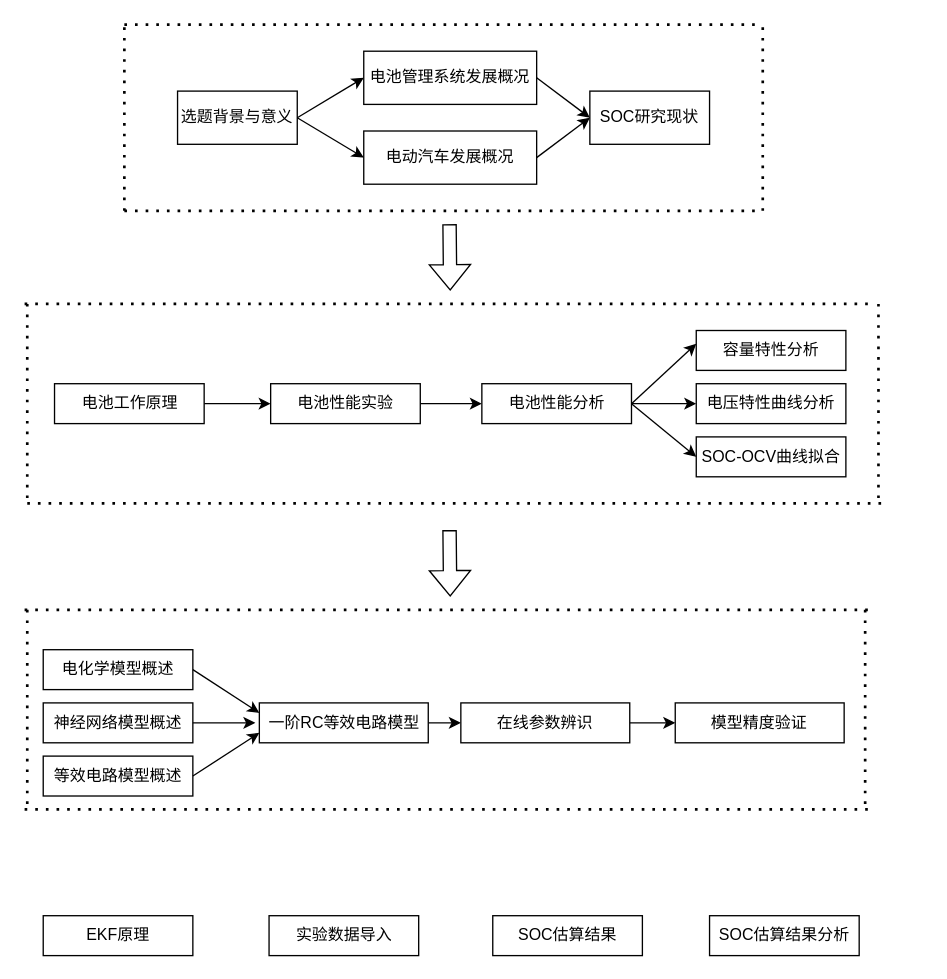
This is Untitled Diagram.drawio from limpuslee/lyricsgithub.io, a draw.io file, before an edit. Source tidied: cells renumbered, new cells numbered last; positions are measured from the earlier drawing's top-left corner, leaving out a move shared by most shapes. Both pictures are drawn from the tidied source at 133%, with x=0, y=0 at pixel (24, 24).
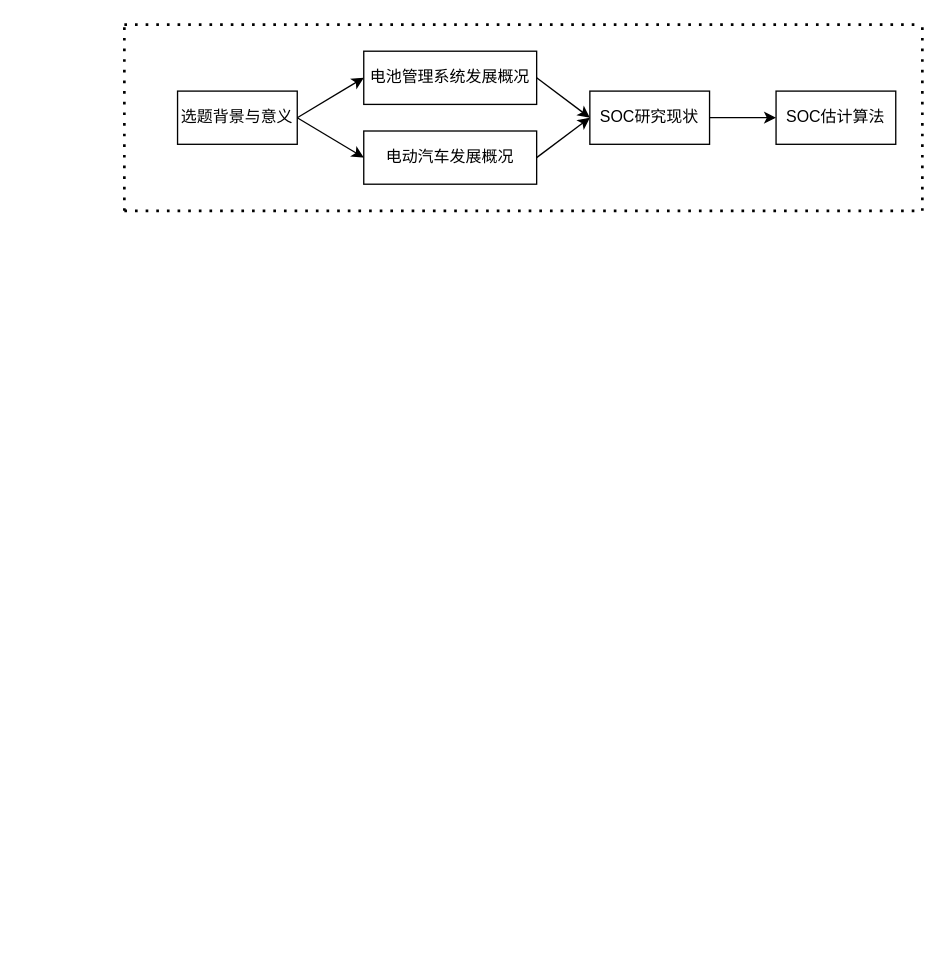
Above is the later version.

Unchanged cells that the change refers to:
```xml
<mxCell id="7" value="SOC研究现状" style="rounded=0;whiteSpace=wrap;html=1;" parent="1" vertex="1">
  <mxGeometry x="425" y="50" width="90" height="40" as="geometry" />
</mxCell>
```

What changed in the source:
```diff
@@
+    <mxCell id="50" style="edgeStyle=orthogonalEdgeStyle;rounded=0;jettySize=auto;html=1;" parent="1" edge="1" source="7" target="51">
+      <mxGeometry relative="1" as="geometry" />
+    </mxCell>
@@
     <mxCell id="10" style="endArrow=none;dashed=1;html=1;dashPattern=1 3;strokeWidth=2;rounded=0;" parent="1" edge="1">
       <mxGeometry relative="1" as="geometry">
         <mxPoint x="75" as="sourcePoint" />
-        <mxPoint x="555" as="targetPoint" />
+        <mxPoint x="675" as="targetPoint" />
       </mxGeometry>
     </mxCell>
     <mxCell id="11" style="endArrow=none;dashed=1;html=1;dashPattern=1 3;strokeWidth=2;rounded=0;" parent="1" edge="1">
       <mxGeometry relative="1" as="geometry">
-        <mxPoint x="555" y="140" as="sourcePoint" />
-        <mxPoint x="555" as="targetPoint" />
+        <mxPoint x="675" y="140" as="sourcePoint" />
+        <mxPoint x="675" as="targetPoint" />
       </mxGeometry>
     </mxCell>
@@
     <mxCell id="13" style="endArrow=none;dashed=1;html=1;dashPattern=1 3;strokeWidth=2;rounded=0;" parent="1" edge="1">
       <mxGeometry relative="1" as="geometry">
         <mxPoint x="75" y="140" as="sourcePoint" />
-        <mxPoint x="555" y="140" as="targetPoint" />
+        <mxPoint x="675" y="140" as="targetPoint" />
       </mxGeometry>
     </mxCell>
-    <mxCell id="14" style="shape=flexArrow;endArrow=classic;html=1;rounded=0;" parent="1" edge="1">
-      <mxGeometry relative="1" as="geometry">
-        <mxPoint x="319.5" y="150" as="sourcePoint" />
-        <mxPoint x="320" y="200" as="targetPoint" />
-      </mxGeometry>
-    </mxCell>
-    <mxCell id="15" style="edgeStyle=orthogonalEdgeStyle;rounded=0;jettySize=auto;html=1;" parent="1" edge="1" source="16" target="18">
-      <mxGeometry relative="1" as="geometry" />
-    </mxCell>
-    <mxCell id="16" value="电池工作原理" style="rounded=0;whiteSpace=wrap;html=1;rotation=0;" parent="1" vertex="1">
-      <mxGeometry x="22.5" y="270" width="112.5" height="30" as="geometry" />
-    </mxCell>
-    <mxCell id="17" style="edgeStyle=orthogonalEdgeStyle;rounded=0;jettySize=auto;html=1;" parent="1" edge="1" source="18" target="19">
-      <mxGeometry relative="1" as="geometry" />
-    </mxCell>
-    <mxCell id="18" value="电池性能实验" style="rounded=0;whiteSpace=wrap;html=1;rotation=0;" parent="1" vertex="1">
-      <mxGeometry x="185" y="270" width="112.5" height="30" as="geometry" />
-    </mxCell>
-    <mxCell id="19" value="电池性能分析" style="rounded=0;whiteSpace=wrap;html=1;rotation=0;" parent="1" vertex="1">
-      <mxGeometry x="343.8" y="270" width="112.5" height="30" as="geometry" />
-    </mxCell>
-    <mxCell id="20" value="容量特性分析" style="rounded=0;whiteSpace=wrap;html=1;rotation=0;" parent="1" vertex="1">
-      <mxGeometry x="505" y="230" width="112.5" height="30" as="geometry" />
-    </mxCell>
-    <mxCell id="21" value="电压特性曲线分析" style="rounded=0;whiteSpace=wrap;html=1;rotation=0;" parent="1" vertex="1">
-      <mxGeometry x="505" y="270" width="112.5" height="30" as="geometry" />
-    </mxCell>
-    <mxCell id="22" value="SOC-OCV曲线拟合" style="rounded=0;whiteSpace=wrap;html=1;rotation=0;" parent="1" vertex="1">
-      <mxGeometry x="505" y="310" width="112.5" height="30" as="geometry" />
-    </mxCell>
-    <mxCell id="23" style="endArrow=classic;html=1;rounded=0;exitX=1;exitY=0.5;exitDx=0;exitDy=0;" parent="1" edge="1" source="19">
-      <mxGeometry relative="1" as="geometry">
-        <mxPoint x="505" y="240" as="targetPoint" />
-      </mxGeometry>
-    </mxCell>
-    <mxCell id="24" style="endArrow=classic;html=1;rounded=0;exitX=1;exitY=0.5;exitDx=0;exitDy=0;entryX=0;entryY=0.5;entryDx=0;entryDy=0;" parent="1" edge="1" source="19" target="21">
-      <mxGeometry relative="1" as="geometry" />
-    </mxCell>
-    <mxCell id="25" style="endArrow=classic;html=1;rounded=0;exitX=1;exitY=0.5;exitDx=0;exitDy=0;entryX=0;entryY=0.5;entryDx=0;entryDy=0;" parent="1" edge="1" source="19" target="22">
-      <mxGeometry relative="1" as="geometry" />
-    </mxCell>
-    <mxCell id="26" style="endArrow=none;dashed=1;html=1;dashPattern=1 3;strokeWidth=2;rounded=0;" parent="1" edge="1">
-      <mxGeometry relative="1" as="geometry">
-        <mxPoint y="210" as="sourcePoint" />
-        <mxPoint x="640" y="210" as="targetPoint" />
-      </mxGeometry>
-    </mxCell>
-    <mxCell id="27" style="endArrow=none;dashed=1;html=1;dashPattern=1 3;strokeWidth=2;rounded=0;" parent="1" edge="1">
-      <mxGeometry relative="1" as="geometry">
-        <mxPoint x="2" y="360" as="sourcePoint" />
-        <mxPoint x="650" y="360" as="targetPoint" />
-      </mxGeometry>
-    </mxCell>
-    <mxCell id="28" style="endArrow=none;dashed=1;html=1;dashPattern=1 3;strokeWidth=2;rounded=0;" parent="1" edge="1">
-      <mxGeometry relative="1" as="geometry">
-        <mxPoint x="2" y="210" as="sourcePoint" />
-        <mxPoint x="2" y="360" as="targetPoint" />
-      </mxGeometry>
-    </mxCell>
-    <mxCell id="29" style="endArrow=none;dashed=1;html=1;dashPattern=1 3;strokeWidth=2;rounded=0;" parent="1" edge="1">
-      <mxGeometry relative="1" as="geometry">
-        <mxPoint x="642" y="210" as="sourcePoint" />
-        <mxPoint x="642" y="360" as="targetPoint" />
-      </mxGeometry>
-    </mxCell>
-    <mxCell id="30" value="电化学模型概述" style="rounded=0;whiteSpace=wrap;html=1;rotation=0;" parent="1" vertex="1">
-      <mxGeometry x="14" y="470" width="112.5" height="30" as="geometry" />
-    </mxCell>
-    <mxCell id="31" value="神经网络模型概述" style="rounded=0;whiteSpace=wrap;html=1;rotation=0;" parent="1" vertex="1">
-      <mxGeometry x="14" y="510" width="112.5" height="30" as="geometry" />
-    </mxCell>
-    <mxCell id="32" value="等效电路模型概述" style="rounded=0;whiteSpace=wrap;html=1;rotation=0;" parent="1" vertex="1">
-      <mxGeometry x="14" y="550" width="112.5" height="30" as="geometry" />
-    </mxCell>
-    <mxCell id="33" style="edgeStyle=orthogonalEdgeStyle;rounded=0;jettySize=auto;html=1;" parent="1" edge="1" source="34" target="39">
-      <mxGeometry relative="1" as="geometry" />
-    </mxCell>
-    <mxCell id="34" value="一阶RC等效电路模型" style="rounded=0;whiteSpace=wrap;html=1;rotation=0;" parent="1" vertex="1">
-      <mxGeometry x="176.5" y="510" width="127" height="30" as="geometry" />
-    </mxCell>
-    <mxCell id="35" style="endArrow=classic;html=1;rounded=0;entryX=0;entryY=0.25;entryDx=0;entryDy=0;exitX=1;exitY=0.5;exitDx=0;exitDy=0;" parent="1" edge="1" source="30" target="34">
-      <mxGeometry relative="1" as="geometry" />
-    </mxCell>
-    <mxCell id="36" style="endArrow=classic;html=1;rounded=0;exitX=1;exitY=0.5;exitDx=0;exitDy=0;" parent="1" edge="1" source="31">
-      <mxGeometry relative="1" as="geometry">
-        <mxPoint x="173.5" y="525" as="targetPoint" />
-      </mxGeometry>
-    </mxCell>
-    <mxCell id="37" style="endArrow=classic;html=1;rounded=0;exitX=1;exitY=0.5;exitDx=0;exitDy=0;entryX=0;entryY=0.75;entryDx=0;entryDy=0;" parent="1" edge="1" source="32" target="34">
-      <mxGeometry relative="1" as="geometry" />
-    </mxCell>
-    <mxCell id="38" style="edgeStyle=orthogonalEdgeStyle;rounded=0;jettySize=auto;html=1;" parent="1" edge="1" source="39" target="40">
-      <mxGeometry relative="1" as="geometry" />
-    </mxCell>
-    <mxCell id="39" value="在线参数辨识" style="rounded=0;whiteSpace=wrap;html=1;rotation=0;" parent="1" vertex="1">
-      <mxGeometry x="328" y="510" width="127" height="30" as="geometry" />
-    </mxCell>
-    <mxCell id="40" value="模型精度验证" style="rounded=0;whiteSpace=wrap;html=1;rotation=0;" parent="1" vertex="1">
-      <mxGeometry x="489.2" y="510" width="127" height="30" as="geometry" />
-    </mxCell>
-    <mxCell id="41" style="endArrow=none;dashed=1;html=1;dashPattern=1 3;strokeWidth=2;rounded=0;" parent="1" edge="1">
-      <mxGeometry relative="1" as="geometry">
-        <mxPoint y="440" as="sourcePoint" />
-        <mxPoint x="640" y="440" as="targetPoint" />
-      </mxGeometry>
-    </mxCell>
-    <mxCell id="42" style="endArrow=none;dashed=1;html=1;dashPattern=1 3;strokeWidth=2;rounded=0;" parent="1" edge="1">
-      <mxGeometry relative="1" as="geometry">
-        <mxPoint x="2" y="440" as="sourcePoint" />
-        <mxPoint x="2" y="590" as="targetPoint" />
-      </mxGeometry>
-    </mxCell>
-    <mxCell id="43" style="endArrow=none;dashed=1;html=1;dashPattern=1 3;strokeWidth=2;rounded=0;" parent="1" edge="1">
-      <mxGeometry relative="1" as="geometry">
-        <mxPoint y="590" as="sourcePoint" />
-        <mxPoint x="640" y="590" as="targetPoint" />
-      </mxGeometry>
-    </mxCell>
-    <mxCell id="44" style="endArrow=none;dashed=1;html=1;dashPattern=1 3;strokeWidth=2;rounded=0;" parent="1" edge="1">
-      <mxGeometry relative="1" as="geometry">
-        <mxPoint x="632" y="440" as="sourcePoint" />
-        <mxPoint x="632" y="590" as="targetPoint" />
-      </mxGeometry>
-    </mxCell>
-    <mxCell id="45" style="shape=flexArrow;endArrow=classic;html=1;rounded=0;" parent="1" edge="1">
-      <mxGeometry relative="1" as="geometry">
-        <mxPoint x="319.5" y="380" as="sourcePoint" />
-        <mxPoint x="320" y="430" as="targetPoint" />
-      </mxGeometry>
-    </mxCell>
-    <mxCell id="46" value="EKF原理" style="rounded=0;whiteSpace=wrap;html=1;rotation=0;" parent="1" vertex="1">
-      <mxGeometry x="14" y="670" width="112.5" height="30" as="geometry" />
-    </mxCell>
-    <mxCell id="47" value="实验数据导入" style="rounded=0;whiteSpace=wrap;html=1;rotation=0;" parent="1" vertex="1">
-      <mxGeometry x="183.8" y="670" width="112.5" height="30" as="geometry" />
-    </mxCell>
-    <mxCell id="48" value="SOC估算结果" style="rounded=0;whiteSpace=wrap;html=1;rotation=0;" parent="1" vertex="1">
-      <mxGeometry x="352" y="670" width="112.5" height="30" as="geometry" />
-    </mxCell>
-    <mxCell id="49" value="SOC估算结果分析" style="rounded=0;whiteSpace=wrap;html=1;rotation=0;" parent="1" vertex="1">
-      <mxGeometry x="515" y="670" width="112.5" height="30" as="geometry" />
-    </mxCell>
+    <mxCell id="51" value="SOC估计算法" style="rounded=0;whiteSpace=wrap;html=1;" parent="1" vertex="1">
+      <mxGeometry x="565" y="50" width="90" height="40" as="geometry" />
+    </mxCell>
```
